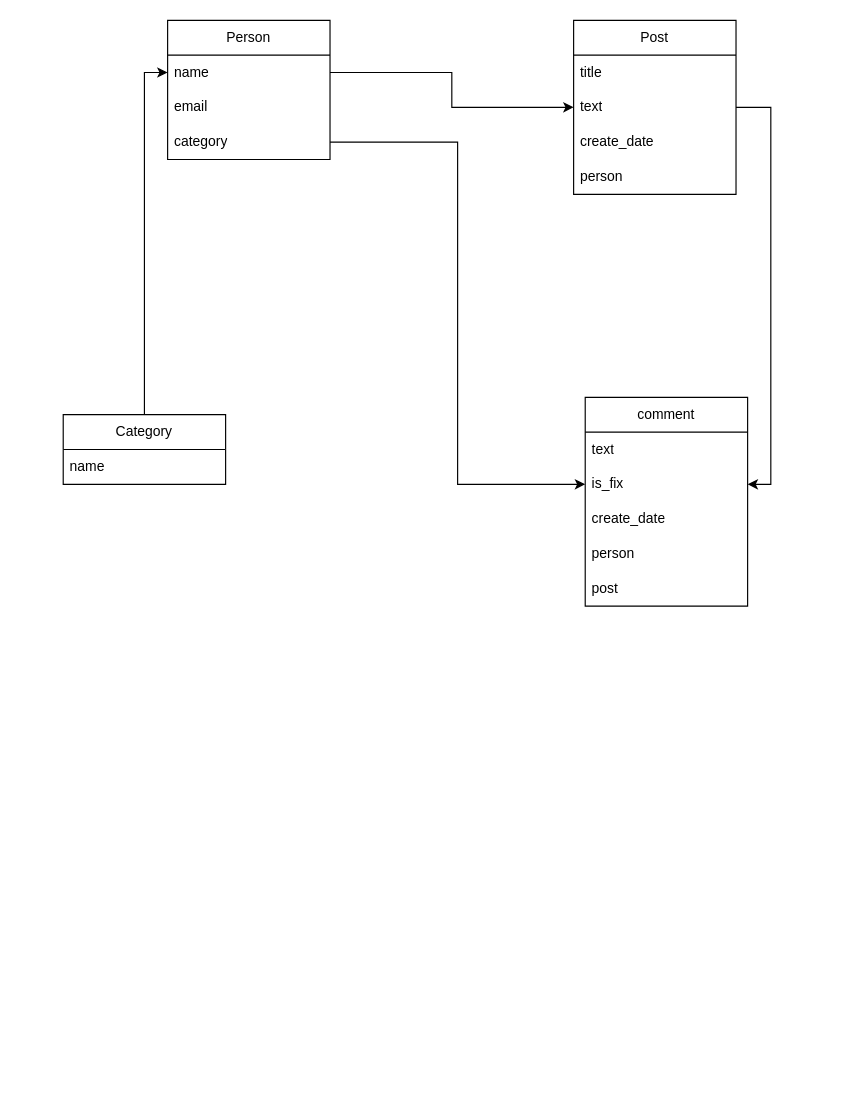
Earlier version of the draw.io diagram mmo_rpg_site.drawio (Scykorr/mmorpg_site). Source tidied: cells renumbered, new cells numbered last; positions are measured from the earlier drawing's top-left corner, leaving out a move shared by most shapes. Both pictures are drawn from the tidied source at 116%, with x=0, y=0 at pixel (63, 20).
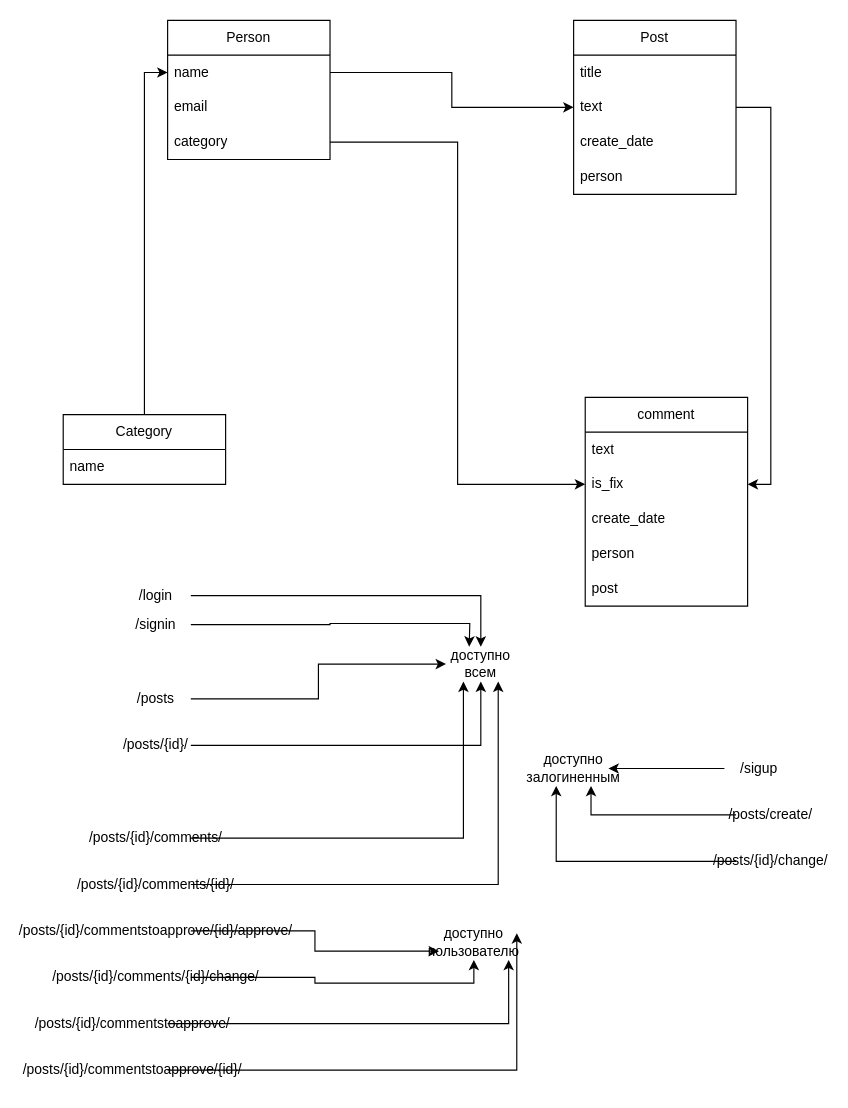
The same diagram, later.

Diff of the diagram source:
```diff
@@
+    <mxCell id="23" style="edgeStyle=orthogonalEdgeStyle;rounded=0;jettySize=auto;html=1;exitX=1;exitY=0.5;exitDx=0;exitDy=0;" parent="1" edge="1" source="24" target="27">
+      <mxGeometry relative="1" as="geometry" />
+    </mxCell>
+    <mxCell id="24" value="/posts" style="text;html=1;align=center;verticalAlign=middle;whiteSpace=wrap;rounded=0;" parent="1" vertex="1">
+      <mxGeometry x="50" y="570" width="60" height="30" as="geometry" />
+    </mxCell>
+    <mxCell id="25" style="edgeStyle=orthogonalEdgeStyle;rounded=0;jettySize=auto;html=1;exitX=1;exitY=0.5;exitDx=0;exitDy=0;entryX=0.5;entryY=1;entryDx=0;entryDy=0;" parent="1" edge="1" source="26" target="27">
+      <mxGeometry relative="1" as="geometry" />
+    </mxCell>
+    <mxCell id="26" value="/posts/{id}/" style="text;html=1;align=center;verticalAlign=middle;whiteSpace=wrap;rounded=0;" parent="1" vertex="1">
+      <mxGeometry x="50" y="610" width="60" height="30" as="geometry" />
+    </mxCell>
+    <mxCell id="27" value="доступно всем" style="text;html=1;align=center;verticalAlign=middle;whiteSpace=wrap;rounded=0;" parent="1" vertex="1">
+      <mxGeometry x="330" y="540" width="60" height="30" as="geometry" />
+    </mxCell>
+    <mxCell id="28" value="доступно залогиненным" style="text;html=1;align=center;verticalAlign=middle;whiteSpace=wrap;rounded=0;" parent="1" vertex="1">
+      <mxGeometry x="410" y="630" width="60" height="30" as="geometry" />
+    </mxCell>
+    <mxCell id="29" value="доступно пользователю" style="text;html=1;align=center;verticalAlign=middle;whiteSpace=wrap;rounded=0;" parent="1" vertex="1">
+      <mxGeometry x="324" y="780" width="60" height="30" as="geometry" />
+    </mxCell>
+    <mxCell id="30" style="edgeStyle=orthogonalEdgeStyle;rounded=0;jettySize=auto;html=1;exitX=1;exitY=0.5;exitDx=0;exitDy=0;entryX=0.25;entryY=1;entryDx=0;entryDy=0;" parent="1" edge="1" source="31" target="27">
+      <mxGeometry relative="1" as="geometry" />
+    </mxCell>
+    <mxCell id="31" value="/posts/{id}/comments/" style="text;html=1;align=center;verticalAlign=middle;whiteSpace=wrap;rounded=0;" parent="1" vertex="1">
+      <mxGeometry x="50" y="690" width="60" height="30" as="geometry" />
+    </mxCell>
+    <mxCell id="32" style="edgeStyle=orthogonalEdgeStyle;rounded=0;jettySize=auto;html=1;exitX=1;exitY=0.5;exitDx=0;exitDy=0;entryX=0.75;entryY=1;entryDx=0;entryDy=0;" parent="1" edge="1" source="33" target="27">
+      <mxGeometry relative="1" as="geometry" />
+    </mxCell>
+    <mxCell id="33" value="/posts/{id}/comments/{id}/" style="text;html=1;align=center;verticalAlign=middle;whiteSpace=wrap;rounded=0;" parent="1" vertex="1">
+      <mxGeometry x="50" y="730" width="60" height="30" as="geometry" />
+    </mxCell>
+    <mxCell id="34" style="edgeStyle=orthogonalEdgeStyle;rounded=0;jettySize=auto;html=1;exitX=1;exitY=0.5;exitDx=0;exitDy=0;entryX=0;entryY=0.75;entryDx=0;entryDy=0;" parent="1" edge="1" source="35" target="29">
+      <mxGeometry relative="1" as="geometry" />
+    </mxCell>
+    <mxCell id="35" value="/posts/{id}/commentstoapprove/{id}/approve/" style="text;html=1;align=center;verticalAlign=middle;whiteSpace=wrap;rounded=0;" parent="1" vertex="1">
+      <mxGeometry x="50" y="770" width="60" height="30" as="geometry" />
+    </mxCell>
+    <mxCell id="36" style="edgeStyle=orthogonalEdgeStyle;rounded=0;jettySize=auto;html=1;exitX=1;exitY=0.5;exitDx=0;exitDy=0;entryX=0.5;entryY=1;entryDx=0;entryDy=0;" parent="1" edge="1" source="37" target="29">
+      <mxGeometry relative="1" as="geometry" />
+    </mxCell>
+    <mxCell id="37" value="/posts/{id}/comments/{id}/change&lt;span style=&quot;background-color: initial;&quot;&gt;/&lt;/span&gt;" style="text;html=1;align=center;verticalAlign=middle;whiteSpace=wrap;rounded=0;" parent="1" vertex="1">
+      <mxGeometry x="50" y="810" width="60" height="30" as="geometry" />
+    </mxCell>
+    <mxCell id="38" style="edgeStyle=orthogonalEdgeStyle;rounded=0;jettySize=auto;html=1;exitX=0;exitY=0.5;exitDx=0;exitDy=0;entryX=0.25;entryY=1;entryDx=0;entryDy=0;" parent="1" edge="1" source="39" target="28">
+      <mxGeometry relative="1" as="geometry" />
+    </mxCell>
+    <mxCell id="39" value="/posts/{id}/change/" style="text;html=1;align=center;verticalAlign=middle;whiteSpace=wrap;rounded=0;" parent="1" vertex="1">
+      <mxGeometry x="580" y="710" width="60" height="30" as="geometry" />
+    </mxCell>
+    <mxCell id="40" style="edgeStyle=orthogonalEdgeStyle;rounded=0;jettySize=auto;html=1;exitX=1;exitY=0.5;exitDx=0;exitDy=0;entryX=0.5;entryY=0;entryDx=0;entryDy=0;" parent="1" edge="1" source="41" target="27">
+      <mxGeometry relative="1" as="geometry" />
+    </mxCell>
+    <mxCell id="41" value="/login" style="text;html=1;align=center;verticalAlign=middle;whiteSpace=wrap;rounded=0;" parent="1" vertex="1">
+      <mxGeometry x="50" y="481" width="60" height="30" as="geometry" />
+    </mxCell>
+    <mxCell id="42" style="edgeStyle=orthogonalEdgeStyle;rounded=0;jettySize=auto;html=1;exitX=1;exitY=0.5;exitDx=0;exitDy=0;" parent="1" edge="1" source="43">
+      <mxGeometry relative="1" as="geometry">
+        <mxPoint x="350" y="540" as="targetPoint" />
+      </mxGeometry>
+    </mxCell>
+    <mxCell id="43" value="/signin" style="text;html=1;align=center;verticalAlign=middle;whiteSpace=wrap;rounded=0;" parent="1" vertex="1">
+      <mxGeometry x="50" y="506" width="60" height="30" as="geometry" />
+    </mxCell>
+    <mxCell id="44" style="edgeStyle=orthogonalEdgeStyle;rounded=0;jettySize=auto;html=1;exitX=0;exitY=0.5;exitDx=0;exitDy=0;entryX=1;entryY=0.5;entryDx=0;entryDy=0;" parent="1" edge="1" source="45" target="28">
+      <mxGeometry relative="1" as="geometry" />
+    </mxCell>
+    <mxCell id="45" value="/sigup" style="text;html=1;align=center;verticalAlign=middle;whiteSpace=wrap;rounded=0;" parent="1" vertex="1">
+      <mxGeometry x="570" y="630" width="60" height="30" as="geometry" />
+    </mxCell>
+    <mxCell id="46" style="edgeStyle=orthogonalEdgeStyle;rounded=0;jettySize=auto;html=1;exitX=0;exitY=0.5;exitDx=0;exitDy=0;entryX=0.75;entryY=1;entryDx=0;entryDy=0;" parent="1" edge="1" source="47" target="28">
+      <mxGeometry relative="1" as="geometry" />
+    </mxCell>
+    <mxCell id="47" value="/posts/create/" style="text;html=1;align=center;verticalAlign=middle;whiteSpace=wrap;rounded=0;" parent="1" vertex="1">
+      <mxGeometry x="580" y="670" width="60" height="30" as="geometry" />
+    </mxCell>
+    <mxCell id="48" style="edgeStyle=orthogonalEdgeStyle;rounded=0;jettySize=auto;html=1;exitX=1;exitY=0.5;exitDx=0;exitDy=0;entryX=1;entryY=1;entryDx=0;entryDy=0;" parent="1" edge="1" source="49" target="29">
+      <mxGeometry relative="1" as="geometry" />
+    </mxCell>
+    <mxCell id="49" value="/posts/{id}/commentstoapprove/" style="text;html=1;align=center;verticalAlign=middle;whiteSpace=wrap;rounded=0;" parent="1" vertex="1">
+      <mxGeometry x="30" y="850" width="60" height="30" as="geometry" />
+    </mxCell>
+    <mxCell id="50" value="/posts/{id}/commentstoapprove/{id}/" style="text;html=1;align=center;verticalAlign=middle;whiteSpace=wrap;rounded=0;" parent="1" vertex="1">
+      <mxGeometry x="30" y="890" width="60" height="30" as="geometry" />
+    </mxCell>
+    <mxCell id="51" style="edgeStyle=orthogonalEdgeStyle;rounded=0;jettySize=auto;html=1;exitX=1;exitY=0.5;exitDx=0;exitDy=0;entryX=1.117;entryY=0.233;entryDx=0;entryDy=0;entryPerimeter=0;" parent="1" edge="1" source="50" target="29">
+      <mxGeometry relative="1" as="geometry" />
+    </mxCell>
```
